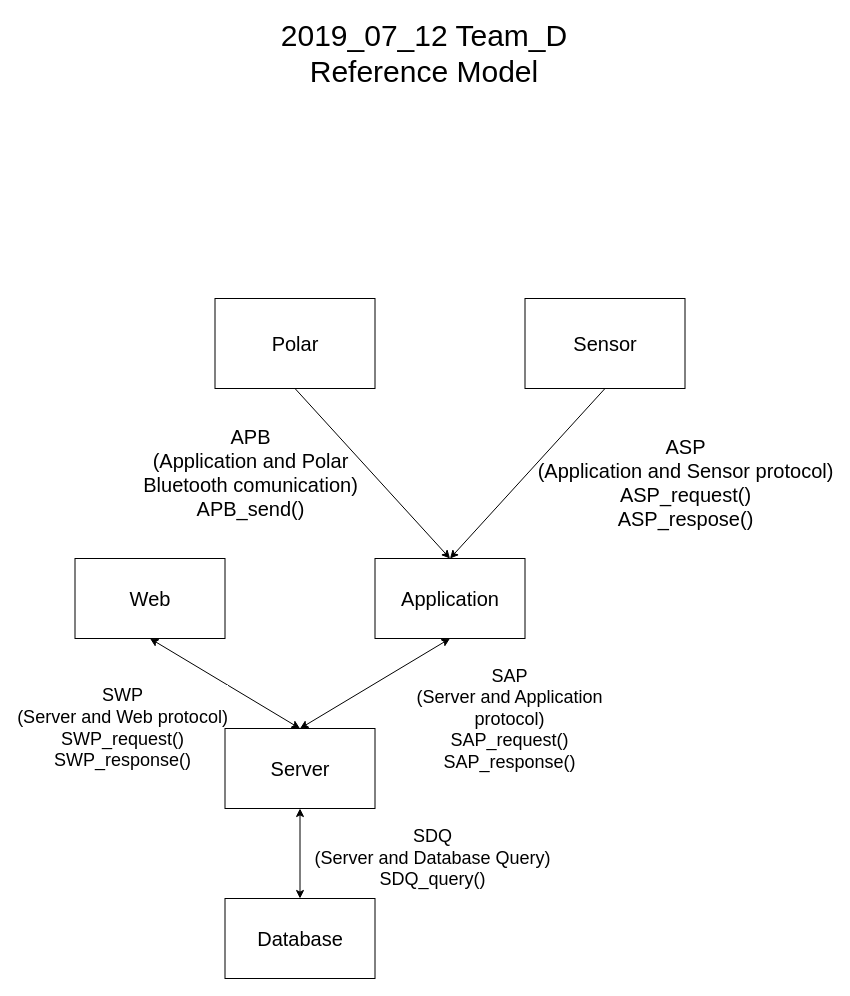
Eunkkk/QI_D_team keeps this draw.io diagram as reference model.drawio. Above is the earlier version. Source tidied: cells renumbered, new cells numbered last; positions are measured from the earlier drawing's top-left corner, leaving out a move shared by most shapes. Both pictures are drawn from the tidied source at 100%, with x=0, y=0 at pixel (75, 18).
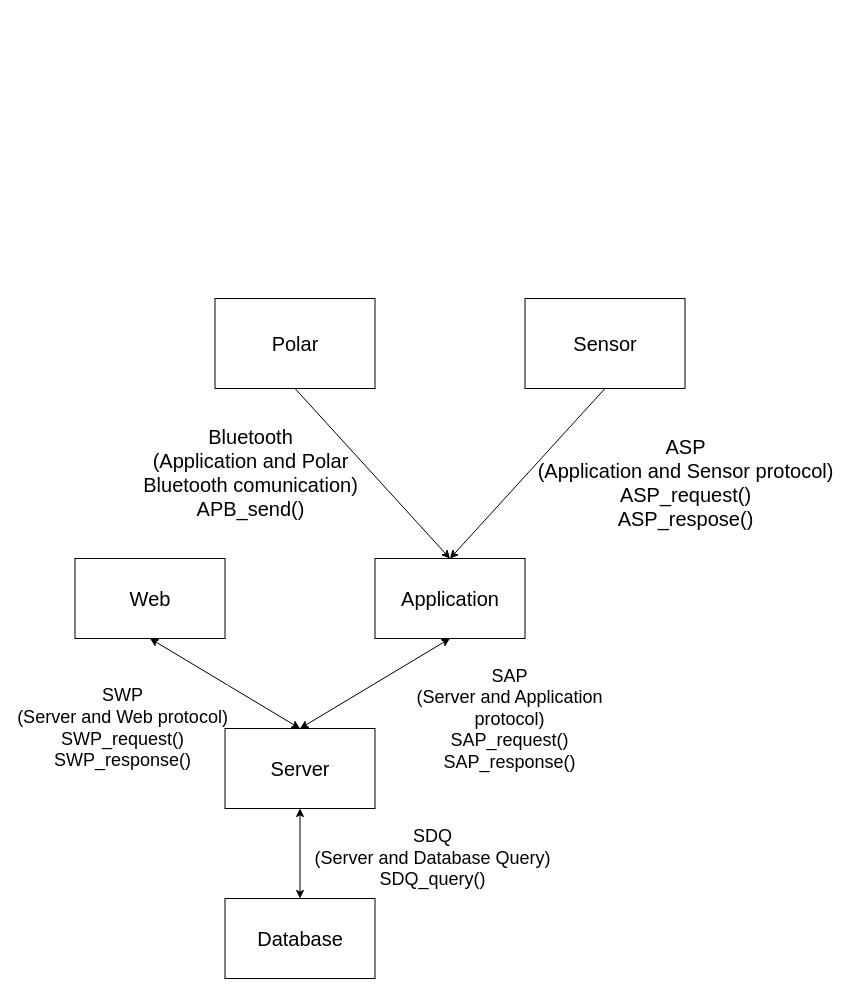
After the change.

Commit message (it also covers changes not shown here):
07-13-19 reference model, system architecture, sign-up sequence update

What changed in the source:
```diff
@@
 <mxGraphModel background="#ffffff">
   <root>
     <mxCell id="0" />
     <mxCell id="1" parent="0" />
-    <mxCell id="2" value="2019_07_12 Team_D&lt;br&gt;Reference Model" style="text;html=1;strokeColor=none;fillColor=none;align=center;verticalAlign=middle;whiteSpace=wrap;rounded=0;fontSize=30;" parent="1" vertex="1">
-      <mxGeometry x="169" width="360" height="70" as="geometry" />
-    </mxCell>
     <mxCell id="3" style="endArrow=classic;startArrow=classic;html=1;fontSize=30;exitX=0.5;exitY=1;exitDx=0;exitDy=0;entryX=0.5;entryY=0;entryDx=0;entryDy=0;" parent="1" edge="1" source="11" target="12">
       <mxGeometry relative="1" as="geometry" />
     </mxCell>
     <mxCell id="4" value="SDQ&lt;br&gt;(Server and Database Query)&lt;br&gt;SDQ_query()" style="text;html=1;align=center;verticalAlign=middle;labelBackgroundColor=#ffffff;fontSize=18;" parent="3" vertex="1">
       <mxGeometry x="0.32" y="-4" relative="1" as="geometry">
         <mxPoint x="136" y="-9.5" as="offset" />
       </mxGeometry>
     </mxCell>
     <mxCell id="5" style="endArrow=classic;startArrow=classic;html=1;fontSize=30;entryX=0.5;entryY=0;entryDx=0;entryDy=0;exitX=0.5;exitY=1;exitDx=0;exitDy=0;" parent="1" edge="1" source="10" target="11">
       <mxGeometry relative="1" as="geometry" />
     </mxCell>
     <mxCell id="6" value="SWP&lt;br&gt;(Server and Web protocol)&lt;br&gt;SWP_request()&lt;br&gt;SWP_response()" style="text;html=1;align=center;verticalAlign=middle;labelBackgroundColor=#ffffff;fontSize=18;" parent="5" vertex="1">
       <mxGeometry x="0.3" y="2" relative="1" as="geometry">
         <mxPoint x="-126.5" y="33" as="offset" />
       </mxGeometry>
     </mxCell>
     <mxCell id="7" value="SAP&lt;br&gt;(Server and Application&lt;br&gt;&amp;nbsp;protocol)&amp;nbsp;&lt;br&gt;SAP_request()&lt;br&gt;SAP_response()" style="endArrow=classic;startArrow=classic;html=1;fontSize=18;entryX=0.5;entryY=1;entryDx=0;entryDy=0;exitX=0.5;exitY=0;exitDx=0;exitDy=0;" parent="1" edge="1" source="11" target="9">
       <mxGeometry x="1" y="-100" relative="1" as="geometry">
         <mxPoint x="8" y="-5" as="offset" />
       </mxGeometry>
     </mxCell>
     <mxCell id="8" value="Sensor" style="rounded=0;whiteSpace=wrap;html=1;fontSize=20;" parent="1" vertex="1">
       <mxGeometry x="449.5" y="280" width="160" height="90" as="geometry" />
     </mxCell>
     <mxCell id="9" value="Application" style="rounded=0;whiteSpace=wrap;html=1;fontSize=20;" parent="1" vertex="1">
       <mxGeometry x="299.5" y="540" width="150" height="80" as="geometry" />
     </mxCell>
     <mxCell id="10" value="Web" style="rounded=0;whiteSpace=wrap;html=1;fontSize=20;" parent="1" vertex="1">
       <mxGeometry x="-0.5" y="540" width="150" height="80" as="geometry" />
     </mxCell>
     <mxCell id="11" value="Server" style="rounded=0;whiteSpace=wrap;html=1;fontSize=20;" parent="1" vertex="1">
       <mxGeometry x="149.5" y="710" width="150" height="80" as="geometry" />
     </mxCell>
     <mxCell id="12" value="Database" style="rounded=0;whiteSpace=wrap;html=1;fontSize=20;" parent="1" vertex="1">
       <mxGeometry x="149.5" y="880" width="150" height="80" as="geometry" />
     </mxCell>
-    <mxCell id="13" value="APB&lt;br&gt;(Application and Polar&lt;br&gt;Bluetooth comunication)&lt;br&gt;APB_send()" style="text;html=1;fontSize=20;align=center;" parent="1" vertex="1">
+    <mxCell id="13" value="Bluetooth&lt;br&gt;(Application and Polar&lt;br&gt;Bluetooth comunication)&lt;br&gt;APB_send()" style="text;html=1;fontSize=20;align=center;" parent="1" vertex="1">
       <mxGeometry x="55" y="400" width="240" height="35" as="geometry" />
     </mxCell>
     <mxCell id="14" style="endArrow=classic;html=1;fontSize=20;exitX=0.5;exitY=1;exitDx=0;exitDy=0;entryX=0.5;entryY=0;entryDx=0;entryDy=0;" parent="1" edge="1" source="8" target="9">
       <mxGeometry relative="1" as="geometry" />
     </mxCell>
     <mxCell id="15" value="Polar" style="rounded=0;whiteSpace=wrap;html=1;fontSize=20;" parent="1" vertex="1">
       <mxGeometry x="139.5" y="280" width="160" height="90" as="geometry" />
     </mxCell>
     <mxCell id="16" style="endArrow=classic;html=1;fontSize=20;exitX=0.5;exitY=1;exitDx=0;exitDy=0;entryX=0.5;entryY=0;entryDx=0;entryDy=0;" parent="1" edge="1" source="15" target="9">
       <mxGeometry relative="1" as="geometry" />
     </mxCell>
     <mxCell id="17" value="ASP&lt;br&gt;(Application and Sensor protocol)&lt;br&gt;ASP_request()&lt;br&gt;ASP_respose()" style="text;html=1;fontSize=20;align=center;" parent="1" vertex="1">
       <mxGeometry x="494.5" y="410" width="230" height="100" as="geometry" />
     </mxCell>
   </root>
 </mxGraphModel>
```
